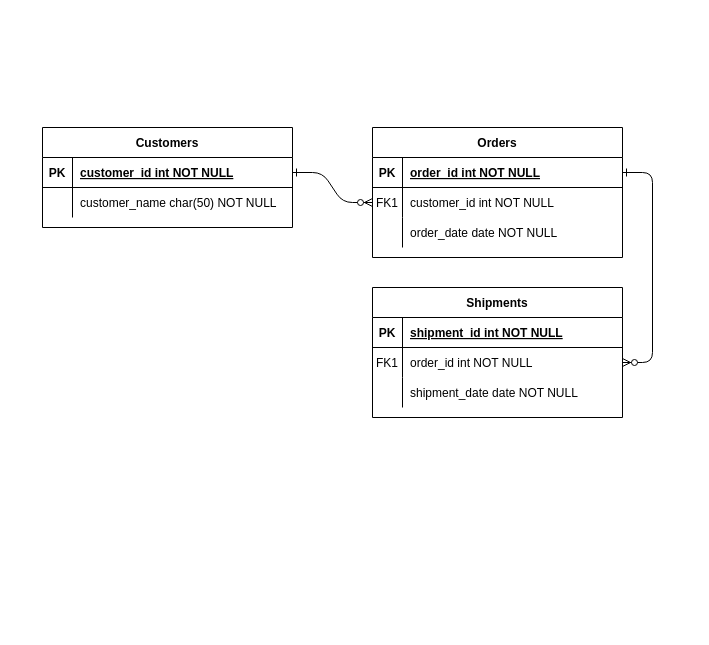
Before: Untitled Diagram.drawio in GurramkondaYaswanth/Health-care, a draw.io diagram. Source tidied: cells renumbered, new cells numbered last; positions are measured from the earlier drawing's top-left corner, leaving out a move shared by most shapes. Both pictures are drawn from the tidied source at 100%, with x=0, y=0 at pixel (42, 127).
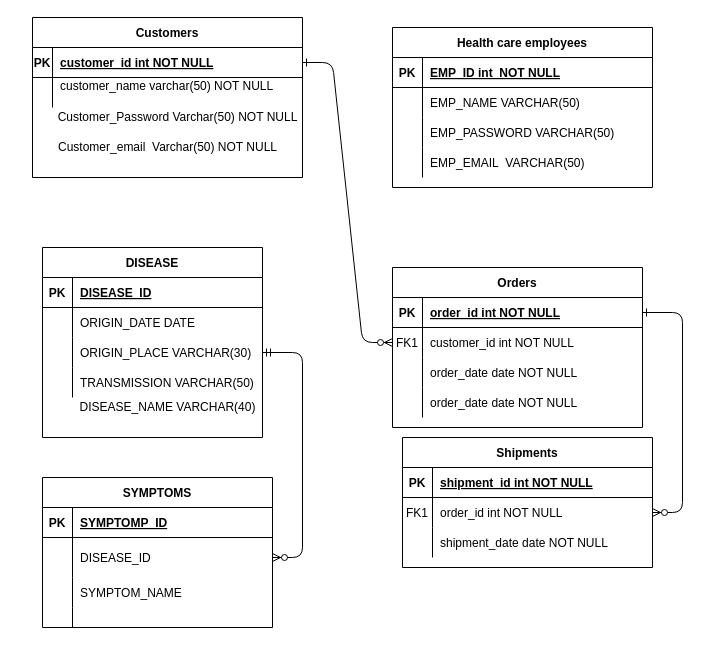
After the change.

Change to the diagram source:
```diff
@@
-    <mxCell id="4" value="Orders" style="shape=table;startSize=30;childLayout=tableLayout;rowLines=0;fontStyle=1;align=center;" parent="1" vertex="1">
-      <mxGeometry x="330" width="250" height="130" as="geometry" />
-    </mxCell>
-    <mxCell id="5" style="shape=partialRectangle;fillColor=none;points=[[0,0.5],[1,0.5]];portConstraint=eastwest;top=0;left=0;right=0;bottom=1;" parent="4" vertex="1">
-      <mxGeometry y="30" width="250" height="30" as="geometry" />
-    </mxCell>
-    <mxCell id="6" value="PK" style="shape=partialRectangle;overflow=hidden;fillColor=none;top=0;left=0;bottom=0;right=0;fontStyle=1;" parent="5" vertex="1">
-      <mxGeometry width="30" height="30" as="geometry" />
-    </mxCell>
-    <mxCell id="7" value="order_id int NOT NULL " style="shape=partialRectangle;overflow=hidden;fillColor=none;top=0;left=0;bottom=0;right=0;align=left;spacingLeft=6;fontStyle=5;" parent="5" vertex="1">
-      <mxGeometry x="30" width="220" height="30" as="geometry" />
-    </mxCell>
-    <mxCell id="8" style="shape=partialRectangle;fillColor=none;points=[[0,0.5],[1,0.5]];portConstraint=eastwest;top=0;left=0;right=0;bottom=0;" parent="4" vertex="1">
-      <mxGeometry y="60" width="250" height="30" as="geometry" />
-    </mxCell>
-    <mxCell id="9" value="FK1" style="shape=partialRectangle;overflow=hidden;fillColor=none;top=0;left=0;bottom=0;right=0;" parent="8" vertex="1">
-      <mxGeometry width="30" height="30" as="geometry" />
-    </mxCell>
-    <mxCell id="10" value="customer_id int NOT NULL" style="shape=partialRectangle;overflow=hidden;fillColor=none;top=0;left=0;bottom=0;right=0;align=left;spacingLeft=6;" parent="8" vertex="1">
-      <mxGeometry x="30" width="220" height="30" as="geometry" />
-    </mxCell>
-    <mxCell id="11" style="shape=partialRectangle;fillColor=none;top=0;left=0;right=0;bottom=0;" parent="4" vertex="1">
-      <mxGeometry y="90" width="250" height="30" as="geometry" />
-    </mxCell>
-    <mxCell id="12" style="shape=partialRectangle;overflow=hidden;fillColor=none;top=0;left=0;bottom=0;right=0;" parent="11" vertex="1">
-      <mxGeometry width="30" height="30" as="geometry" />
-    </mxCell>
-    <mxCell id="13" value="order_date date NOT NULL" style="shape=partialRectangle;overflow=hidden;fillColor=none;top=0;left=0;bottom=0;right=0;align=left;spacingLeft=6;" parent="11" vertex="1">
-      <mxGeometry x="30" width="220" height="30" as="geometry" />
-    </mxCell>
     <mxCell id="14" value="Shipments" style="shape=table;startSize=30;childLayout=tableLayout;rowLines=0;fontStyle=1;align=center;" parent="1" vertex="1">
-      <mxGeometry x="330" y="160" width="250" height="130" as="geometry" />
+      <mxGeometry x="360" y="310" width="250" height="130" as="geometry" />
     </mxCell>
@@
+    <mxCell id="4" value="Orders" style="shape=table;startSize=30;childLayout=tableLayout;rowLines=0;fontStyle=1;align=center;" parent="1" vertex="1">
+      <mxGeometry x="350" y="140" width="250" height="160" as="geometry" />
+    </mxCell>
+    <mxCell id="5" style="shape=partialRectangle;fillColor=none;points=[[0,0.5],[1,0.5]];portConstraint=eastwest;top=0;left=0;right=0;bottom=1;" parent="4" vertex="1">
+      <mxGeometry y="30" width="250" height="30" as="geometry" />
+    </mxCell>
+    <mxCell id="6" value="PK" style="shape=partialRectangle;overflow=hidden;fillColor=none;top=0;left=0;bottom=0;right=0;fontStyle=1;" parent="5" vertex="1">
+      <mxGeometry width="30" height="30" as="geometry" />
+    </mxCell>
+    <mxCell id="7" value="order_id int NOT NULL " style="shape=partialRectangle;overflow=hidden;fillColor=none;top=0;left=0;bottom=0;right=0;align=left;spacingLeft=6;fontStyle=5;" parent="5" vertex="1">
+      <mxGeometry x="30" width="220" height="30" as="geometry" />
+    </mxCell>
+    <mxCell id="8" style="shape=partialRectangle;fillColor=none;points=[[0,0.5],[1,0.5]];portConstraint=eastwest;top=0;left=0;right=0;bottom=0;" parent="4" vertex="1">
+      <mxGeometry y="60" width="250" height="30" as="geometry" />
+    </mxCell>
+    <mxCell id="9" value="FK1" style="shape=partialRectangle;overflow=hidden;fillColor=none;top=0;left=0;bottom=0;right=0;" parent="8" vertex="1">
+      <mxGeometry width="30" height="30" as="geometry" />
+    </mxCell>
+    <mxCell id="10" value="customer_id int NOT NULL" style="shape=partialRectangle;overflow=hidden;fillColor=none;top=0;left=0;bottom=0;right=0;align=left;spacingLeft=6;" parent="8" vertex="1">
+      <mxGeometry x="30" width="220" height="30" as="geometry" />
+    </mxCell>
+    <mxCell id="31" style="shape=partialRectangle;fillColor=none;top=0;left=0;right=0;bottom=0;" parent="4" vertex="1">
+      <mxGeometry y="90" width="250" height="30" as="geometry" />
+    </mxCell>
+    <mxCell id="32" style="shape=partialRectangle;overflow=hidden;fillColor=none;top=0;left=0;bottom=0;right=0;" parent="31" vertex="1">
+      <mxGeometry width="30" height="30" as="geometry" />
+    </mxCell>
+    <mxCell id="33" value="order_date date NOT NULL" style="shape=partialRectangle;overflow=hidden;fillColor=none;top=0;left=0;bottom=0;right=0;align=left;spacingLeft=6;" parent="31" vertex="1">
+      <mxGeometry x="30" width="220" height="30" as="geometry" />
+    </mxCell>
+    <mxCell id="11" style="shape=partialRectangle;fillColor=none;top=0;left=0;right=0;bottom=0;" parent="4" vertex="1">
+      <mxGeometry y="120" width="250" height="30" as="geometry" />
+    </mxCell>
+    <mxCell id="12" style="shape=partialRectangle;overflow=hidden;fillColor=none;top=0;left=0;bottom=0;right=0;" parent="11" vertex="1">
+      <mxGeometry width="30" height="30" as="geometry" />
+    </mxCell>
+    <mxCell id="13" value="order_date date NOT NULL" style="shape=partialRectangle;overflow=hidden;fillColor=none;top=0;left=0;bottom=0;right=0;align=left;spacingLeft=6;" parent="11" vertex="1">
+      <mxGeometry x="30" width="220" height="30" as="geometry" />
+    </mxCell>
+    <mxCell id="34" value="Health care employees" style="shape=table;startSize=30;childLayout=tableLayout;rowLines=0;fontStyle=1;align=center;" parent="1" vertex="1">
+      <mxGeometry x="350" y="-100" width="260" height="160" as="geometry" />
+    </mxCell>
+    <mxCell id="35" style="shape=partialRectangle;fillColor=none;top=0;left=0;bottom=1;right=0;" parent="34" vertex="1">
+      <mxGeometry y="30" width="260" height="30" as="geometry" />
+    </mxCell>
+    <mxCell id="36" value="PK" style="shape=partialRectangle;fillColor=none;top=0;left=0;bottom=0;right=0;fontStyle=1;overflow=hidden;" parent="35" vertex="1">
+      <mxGeometry width="30" height="30" as="geometry" />
+    </mxCell>
+    <mxCell id="37" value="EMP_ID int  NOT NULL" style="shape=partialRectangle;fillColor=none;top=0;left=0;bottom=0;right=0;align=left;spacingLeft=6;fontStyle=5;overflow=hidden;" parent="35" vertex="1">
+      <mxGeometry x="30" width="230" height="30" as="geometry" />
+    </mxCell>
+    <mxCell id="38" style="shape=partialRectangle;fillColor=none;top=0;left=0;bottom=0;right=0;" parent="34" vertex="1">
+      <mxGeometry y="60" width="260" height="30" as="geometry" />
+    </mxCell>
+    <mxCell id="39" style="shape=partialRectangle;fillColor=none;top=0;left=0;bottom=0;right=0;overflow=hidden;" parent="38" vertex="1">
+      <mxGeometry width="30" height="30" as="geometry" />
+    </mxCell>
+    <mxCell id="40" value="EMP_NAME VARCHAR(50)" style="shape=partialRectangle;fillColor=none;top=0;left=0;bottom=0;right=0;align=left;spacingLeft=6;overflow=hidden;" parent="38" vertex="1">
+      <mxGeometry x="30" width="230" height="30" as="geometry" />
+    </mxCell>
+    <mxCell id="41" style="shape=partialRectangle;fillColor=none;top=0;left=0;bottom=0;right=0;" parent="34" vertex="1">
+      <mxGeometry y="90" width="260" height="30" as="geometry" />
+    </mxCell>
+    <mxCell id="42" style="shape=partialRectangle;fillColor=none;top=0;left=0;bottom=0;right=0;overflow=hidden;" parent="41" vertex="1">
+      <mxGeometry width="30" height="30" as="geometry" />
+    </mxCell>
+    <mxCell id="43" value="EMP_PASSWORD VARCHAR(50)" style="shape=partialRectangle;fillColor=none;top=0;left=0;bottom=0;right=0;align=left;spacingLeft=6;overflow=hidden;" parent="41" vertex="1">
+      <mxGeometry x="30" width="230" height="30" as="geometry" />
+    </mxCell>
+    <mxCell id="44" style="shape=partialRectangle;fillColor=none;top=0;left=0;bottom=0;right=0;" parent="34" vertex="1">
+      <mxGeometry y="120" width="260" height="30" as="geometry" />
+    </mxCell>
+    <mxCell id="45" style="shape=partialRectangle;fillColor=none;top=0;left=0;bottom=0;right=0;overflow=hidden;" parent="44" vertex="1">
+      <mxGeometry width="30" height="30" as="geometry" />
+    </mxCell>
+    <mxCell id="46" value="EMP_EMAIL  VARCHAR(50)" style="shape=partialRectangle;fillColor=none;top=0;left=0;bottom=0;right=0;align=left;spacingLeft=6;overflow=hidden;" parent="44" vertex="1">
+      <mxGeometry x="30" width="230" height="30" as="geometry" />
+    </mxCell>
     <mxCell id="24" value="Customers" style="shape=table;startSize=30;childLayout=tableLayout;rowLines=0;fontStyle=1;align=center;" parent="1" vertex="1">
-      <mxGeometry width="250" height="100" as="geometry" />
+      <mxGeometry x="-10" y="-110" width="270" height="160" as="geometry" />
     </mxCell>
     <mxCell id="25" style="shape=partialRectangle;fillColor=none;points=[[0,0.5],[1,0.5]];portConstraint=eastwest;top=0;left=0;right=0;bottom=1;" parent="24" vertex="1">
-      <mxGeometry y="30" width="250" height="30" as="geometry" />
+      <mxGeometry y="30" width="270" height="30" as="geometry" />
     </mxCell>
     <mxCell id="26" value="PK" style="shape=partialRectangle;overflow=hidden;fillColor=none;top=0;left=0;bottom=0;right=0;fontStyle=1;" parent="25" vertex="1">
-      <mxGeometry width="30" height="30" as="geometry" />
+      <mxGeometry width="20" height="30" as="geometry" />
     </mxCell>
     <mxCell id="27" value="customer_id int NOT NULL " style="shape=partialRectangle;overflow=hidden;fillColor=none;top=0;left=0;bottom=0;right=0;align=left;spacingLeft=6;fontStyle=5;" parent="25" vertex="1">
-      <mxGeometry x="30" width="220" height="30" as="geometry" />
+      <mxGeometry x="20" width="250" height="30" as="geometry" />
     </mxCell>
     <mxCell id="28" style="shape=partialRectangle;fillColor=none;top=0;left=0;right=0;bottom=0;" parent="24" vertex="1">
-      <mxGeometry y="60" width="250" height="30" as="geometry" />
+      <mxGeometry y="60" width="270" height="30" as="geometry" />
     </mxCell>
     <mxCell id="29" style="shape=partialRectangle;overflow=hidden;fillColor=none;top=0;left=0;bottom=0;right=0;" parent="28" vertex="1">
-      <mxGeometry width="30" height="30" as="geometry" />
+      <mxGeometry width="20" height="30" as="geometry" />
     </mxCell>
-    <mxCell id="30" value="customer_name char(50) NOT NULL" style="shape=partialRectangle;overflow=hidden;fillColor=none;top=0;left=0;bottom=0;right=0;align=left;spacingLeft=6;" parent="28" vertex="1">
-      <mxGeometry x="30" width="220" height="30" as="geometry" />
+    <mxCell id="30" value="customer_name varchar(50) NOT NULL&#10;&#10;" style="shape=partialRectangle;overflow=hidden;fillColor=none;top=0;left=0;bottom=0;right=0;align=left;spacingLeft=6;" parent="28" vertex="1">
+      <mxGeometry x="20" width="250" height="30" as="geometry" />
     </mxCell>
+    <mxCell id="47" value="&amp;nbsp; &amp;nbsp; &amp;nbsp; &amp;nbsp; &amp;nbsp;Customer_Password Varchar(50) NOT NULL&lt;br&gt;" style="text;html=1;align=center;verticalAlign=middle;" parent="1" vertex="1">
+      <mxGeometry x="-25" y="-20" width="290" height="20" as="geometry" />
+    </mxCell>
+    <mxCell id="48" value="Customer_email&amp;nbsp; Varchar(50) NOT NULL" style="text;html=1;align=center;verticalAlign=middle;" parent="1" vertex="1">
+      <mxGeometry x="10" y="10" width="230" height="20" as="geometry" />
+    </mxCell>
+    <mxCell id="49" value="DISEASE" style="shape=table;startSize=30;childLayout=tableLayout;rowLines=0;fontStyle=1;align=center;" parent="1" vertex="1">
+      <mxGeometry y="120" width="220" height="190" as="geometry" />
+    </mxCell>
+    <mxCell id="50" style="shape=partialRectangle;fillColor=none;top=0;left=0;bottom=1;right=0;" parent="49" vertex="1">
+      <mxGeometry y="30" width="220" height="30" as="geometry" />
+    </mxCell>
+    <mxCell id="51" value="PK" style="shape=partialRectangle;fillColor=none;top=0;left=0;bottom=0;right=0;fontStyle=1;overflow=hidden;" parent="50" vertex="1">
+      <mxGeometry width="30" height="30" as="geometry" />
+    </mxCell>
+    <mxCell id="52" value="DISEASE_ID" style="shape=partialRectangle;fillColor=none;top=0;left=0;bottom=0;right=0;align=left;spacingLeft=6;fontStyle=5;overflow=hidden;" parent="50" vertex="1">
+      <mxGeometry x="30" width="190" height="30" as="geometry" />
+    </mxCell>
+    <mxCell id="53" style="shape=partialRectangle;fillColor=none;top=0;left=0;bottom=0;right=0;" parent="49" vertex="1">
+      <mxGeometry y="60" width="220" height="30" as="geometry" />
+    </mxCell>
+    <mxCell id="54" style="shape=partialRectangle;fillColor=none;top=0;left=0;bottom=0;right=0;overflow=hidden;" parent="53" vertex="1">
+      <mxGeometry width="30" height="30" as="geometry" />
+    </mxCell>
+    <mxCell id="55" value="ORIGIN_DATE DATE" style="shape=partialRectangle;fillColor=none;top=0;left=0;bottom=0;right=0;align=left;spacingLeft=6;overflow=hidden;" parent="53" vertex="1">
+      <mxGeometry x="30" width="190" height="30" as="geometry" />
+    </mxCell>
+    <mxCell id="56" style="shape=partialRectangle;fillColor=none;top=0;left=0;bottom=0;right=0;points=[[0,0.5],[1,0.5]];portConstraint=eastwest;" parent="49" vertex="1">
+      <mxGeometry y="90" width="220" height="30" as="geometry" />
+    </mxCell>
+    <mxCell id="57" style="shape=partialRectangle;fillColor=none;top=0;left=0;bottom=0;right=0;overflow=hidden;" parent="56" vertex="1">
+      <mxGeometry width="30" height="30" as="geometry" />
+    </mxCell>
+    <mxCell id="58" value="ORIGIN_PLACE VARCHAR(30)" style="shape=partialRectangle;fillColor=none;top=0;left=0;bottom=0;right=0;align=left;spacingLeft=6;overflow=hidden;" parent="56" vertex="1">
+      <mxGeometry x="30" width="190" height="30" as="geometry" />
+    </mxCell>
+    <mxCell id="59" style="shape=partialRectangle;fillColor=none;top=0;left=0;bottom=0;right=0;" parent="49" vertex="1">
+      <mxGeometry y="120" width="220" height="30" as="geometry" />
+    </mxCell>
+    <mxCell id="60" style="shape=partialRectangle;fillColor=none;top=0;left=0;bottom=0;right=0;overflow=hidden;" parent="59" vertex="1">
+      <mxGeometry width="30" height="30" as="geometry" />
+    </mxCell>
+    <mxCell id="61" value="TRANSMISSION VARCHAR(50)" style="shape=partialRectangle;fillColor=none;top=0;left=0;bottom=0;right=0;align=left;spacingLeft=6;overflow=hidden;" parent="59" vertex="1">
+      <mxGeometry x="30" width="190" height="30" as="geometry" />
+    </mxCell>
+    <mxCell id="62" value="SYMPTOMS" style="shape=table;startSize=30;childLayout=tableLayout;rowLines=0;fontStyle=1;align=center;" parent="1" vertex="1">
+      <mxGeometry y="350" width="230" height="150" as="geometry" />
+    </mxCell>
+    <mxCell id="63" style="shape=partialRectangle;fillColor=none;top=0;left=0;bottom=1;right=0;" parent="62" vertex="1">
+      <mxGeometry y="30" width="230" height="30" as="geometry" />
+    </mxCell>
+    <mxCell id="64" value="PK" style="shape=partialRectangle;fillColor=none;top=0;left=0;bottom=0;right=0;fontStyle=1;overflow=hidden;" parent="63" vertex="1">
+      <mxGeometry width="30" height="30" as="geometry" />
+    </mxCell>
+    <mxCell id="65" value="SYMPTOMP_ID" style="shape=partialRectangle;fillColor=none;top=0;left=0;bottom=0;right=0;align=left;spacingLeft=6;fontStyle=5;overflow=hidden;" parent="63" vertex="1">
+      <mxGeometry x="30" width="200" height="30" as="geometry" />
+    </mxCell>
+    <mxCell id="66" style="shape=partialRectangle;fillColor=none;top=0;left=0;bottom=0;right=0;points=[[0,0.5],[1,0.5]];portConstraint=eastwest;" parent="62" vertex="1">
+      <mxGeometry y="60" width="230" height="40" as="geometry" />
+    </mxCell>
+    <mxCell id="67" style="shape=partialRectangle;fillColor=none;top=0;left=0;bottom=0;right=0;overflow=hidden;" parent="66" vertex="1">
+      <mxGeometry width="30" height="40" as="geometry" />
+    </mxCell>
+    <mxCell id="68" value="DISEASE_ID" style="shape=partialRectangle;fillColor=none;top=0;left=0;bottom=0;right=0;align=left;spacingLeft=6;overflow=hidden;" parent="66" vertex="1">
+      <mxGeometry x="30" width="200" height="40" as="geometry" />
+    </mxCell>
+    <mxCell id="69" style="shape=partialRectangle;fillColor=none;top=0;left=0;bottom=0;right=0;" parent="62" vertex="1">
+      <mxGeometry y="100" width="230" height="30" as="geometry" />
+    </mxCell>
+    <mxCell id="70" style="shape=partialRectangle;fillColor=none;top=0;left=0;bottom=0;right=0;overflow=hidden;" parent="69" vertex="1">
+      <mxGeometry width="30" height="30" as="geometry" />
+    </mxCell>
+    <mxCell id="71" value="SYMPTOM_NAME" style="shape=partialRectangle;fillColor=none;top=0;left=0;bottom=0;right=0;align=left;spacingLeft=6;overflow=hidden;" parent="69" vertex="1">
+      <mxGeometry x="30" width="200" height="30" as="geometry" />
+    </mxCell>
+    <mxCell id="72" style="shape=partialRectangle;fillColor=none;top=0;left=0;bottom=0;right=0;" parent="62" vertex="1">
+      <mxGeometry y="130" width="230" height="20" as="geometry" />
+    </mxCell>
+    <mxCell id="73" style="shape=partialRectangle;fillColor=none;top=0;left=0;bottom=0;right=0;overflow=hidden;" parent="72" vertex="1">
+      <mxGeometry width="30" height="20" as="geometry" />
+    </mxCell>
+    <mxCell id="74" style="shape=partialRectangle;fillColor=none;top=0;left=0;bottom=0;right=0;align=left;spacingLeft=6;overflow=hidden;" parent="72" vertex="1">
+      <mxGeometry x="30" width="200" height="20" as="geometry" />
+    </mxCell>
+    <mxCell id="75" value="DISEASE_NAME VARCHAR(40)" style="text;html=1;align=center;verticalAlign=middle;" parent="1" vertex="1">
+      <mxGeometry x="30" y="270" width="190" height="20" as="geometry" />
+    </mxCell>
+    <mxCell id="76" style="edgeStyle=entityRelationEdgeStyle;fontSize=12;html=1;endArrow=ERzeroToMany;startArrow=ERmandOne;exitX=1;exitY=0.5;exitDx=0;exitDy=0;" parent="1" edge="1" source="56" target="66">
+      <mxGeometry relative="1" as="geometry" />
+    </mxCell>
```
